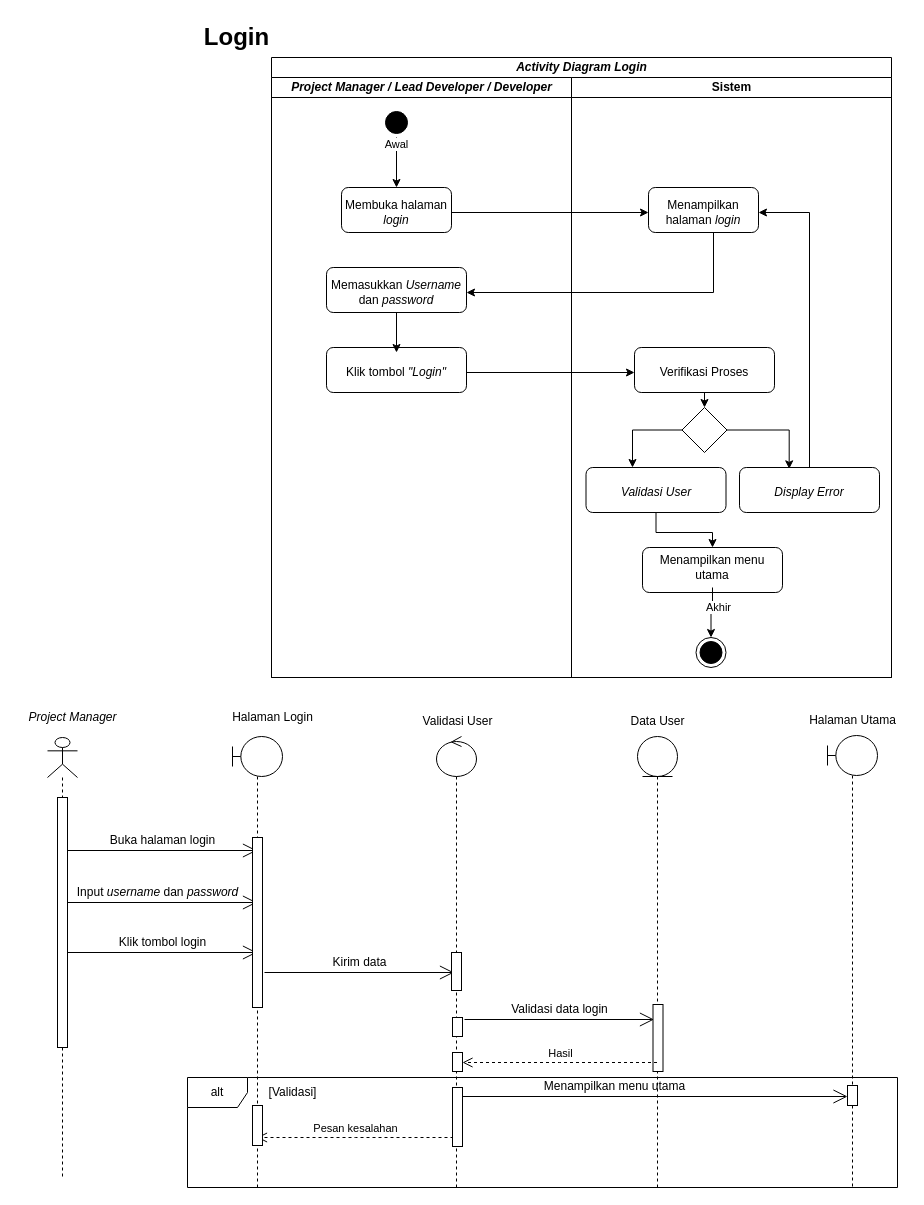
The draw.io diagram page "Halaman-2" (2 of 9) of Diagram Tanpa Judul.drawio in raldawiyahh/alda-resolusi, before the edit. Source tidied: cells renumbered, new cells numbered last; positions are measured from the earlier drawing's top-left corner, leaving out a move shared by most shapes. Both pictures are drawn from the tidied source at 100%, with x=0, y=0 at pixel (17, 17).
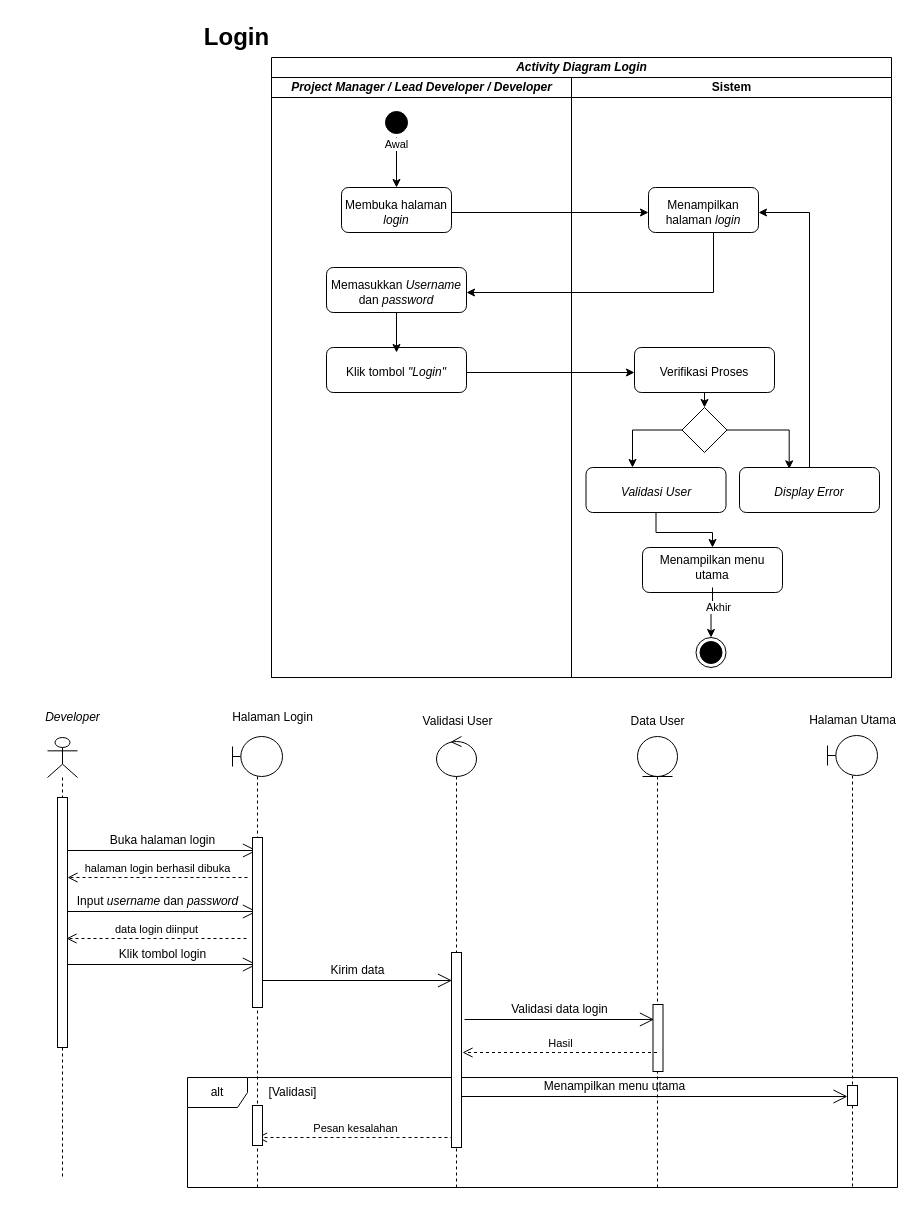
The same diagram, later.

Diff of the diagram source:
```diff
@@
-    <mxCell id="51" value="&lt;i&gt;Project Manager&lt;br&gt;&lt;/i&gt;" style="text;html=1;align=center;verticalAlign=middle;strokeColor=none;fillColor=none;" parent="1" vertex="1">
-      <mxGeometry y="685" width="110" height="30" as="geometry" />
+    <mxCell id="51" value="&lt;i&gt;Developer&lt;br&gt;&lt;/i&gt;" style="text;html=1;align=center;verticalAlign=middle;strokeColor=none;fillColor=none;" parent="1" vertex="1">
+      <mxGeometry x="15" y="685" width="80" height="30" as="geometry" />
     </mxCell>
@@
     <mxCell id="55" style="group;" parent="1" vertex="1">
-      <mxGeometry x="50" y="860" width="189.5" height="30" as="geometry" />
+      <mxGeometry x="50" y="869" width="189.5" height="30" as="geometry" />
     </mxCell>
@@
     <mxCell id="58" style="group;" parent="1" vertex="1">
-      <mxGeometry x="50" y="910" width="189.5" height="30" as="geometry" />
+      <mxGeometry x="50" y="922" width="189.5" height="30" as="geometry" />
     </mxCell>
@@
+    <mxCell id="87" value="data login diinput" style="html=1;verticalAlign=bottom;endArrow=open;dashed=1;endSize=8;edgeStyle=elbowEdgeStyle;elbow=horizontal;curved=0;rounded=0;" parent="58" edge="1">
+      <mxGeometry relative="1" as="geometry">
+        <mxPoint x="179" y="-1" as="sourcePoint" />
+        <mxPoint x="-1" y="-1" as="targetPoint" />
+      </mxGeometry>
+    </mxCell>
     <mxCell id="61" style="group;" parent="1" vertex="1">
-      <mxGeometry x="247" y="930" width="189.5" height="30" as="geometry" />
+      <mxGeometry x="245" y="938" width="189.5" height="30" as="geometry" />
     </mxCell>
@@
-    <mxCell id="68" value="Hasil" style="html=1;verticalAlign=bottom;endArrow=open;dashed=1;endSize=8;edgeStyle=elbowEdgeStyle;elbow=vertical;curved=0;rounded=0;" parent="1" edge="1" target="85">
+    <mxCell id="68" value="Hasil" style="html=1;verticalAlign=bottom;endArrow=open;dashed=1;endSize=8;edgeStyle=elbowEdgeStyle;elbow=vertical;curved=0;rounded=0;" parent="1" edge="1">
       <mxGeometry relative="1" as="geometry">
-        <mxPoint x="639.5" y="1045" as="sourcePoint" />
+        <mxPoint x="639.5" y="1035" as="sourcePoint" />
+        <mxPoint x="445" y="1035" as="targetPoint" />
       </mxGeometry>
     </mxCell>
@@
     <mxCell id="83" style="html=1;perimeter=orthogonalPerimeter;targetShapes=umlLifeline;newEdgeStyle={&quot;edgeStyle&quot;:&quot;elbowEdgeStyle&quot;,&quot;elbow&quot;:&quot;vertical&quot;,&quot;curved&quot;:0,&quot;rounded&quot;:0};" parent="1" vertex="1">
-      <mxGeometry x="434" y="935" width="10" height="38" as="geometry" />
+      <mxGeometry x="434" y="935" width="10" height="195" as="geometry" />
     </mxCell>
-    <mxCell id="84" style="html=1;perimeter=orthogonalPerimeter;targetShapes=umlLifeline;newEdgeStyle={&quot;edgeStyle&quot;:&quot;elbowEdgeStyle&quot;,&quot;elbow&quot;:&quot;vertical&quot;,&quot;curved&quot;:0,&quot;rounded&quot;:0};" parent="1" vertex="1">
-      <mxGeometry x="435" y="1000" width="10" height="19" as="geometry" />
-    </mxCell>
-    <mxCell id="85" style="html=1;points=[];perimeter=orthogonalPerimeter;outlineConnect=0;targetShapes=umlLifeline;portConstraint=eastwest;newEdgeStyle={&quot;edgeStyle&quot;:&quot;elbowEdgeStyle&quot;,&quot;elbow&quot;:&quot;vertical&quot;,&quot;curved&quot;:0,&quot;rounded&quot;:0};" parent="1" vertex="1">
-      <mxGeometry x="435" y="1035" width="10" height="19" as="geometry" />
-    </mxCell>
-    <mxCell id="86" style="html=1;perimeter=orthogonalPerimeter;targetShapes=umlLifeline;newEdgeStyle={&quot;edgeStyle&quot;:&quot;elbowEdgeStyle&quot;,&quot;elbow&quot;:&quot;vertical&quot;,&quot;curved&quot;:0,&quot;rounded&quot;:0};" parent="1" vertex="1">
-      <mxGeometry x="435" y="1070" width="10" height="59" as="geometry" />
-    </mxCell>
+    <mxCell id="88" value="halaman login berhasil dibuka" style="html=1;verticalAlign=bottom;endArrow=open;dashed=1;endSize=8;edgeStyle=elbowEdgeStyle;elbow=horizontal;curved=0;rounded=0;" parent="1" edge="1">
+      <mxGeometry relative="1" as="geometry">
+        <mxPoint x="230" y="860" as="sourcePoint" />
+        <mxPoint x="50" y="860" as="targetPoint" />
+      </mxGeometry>
+    </mxCell>
```
